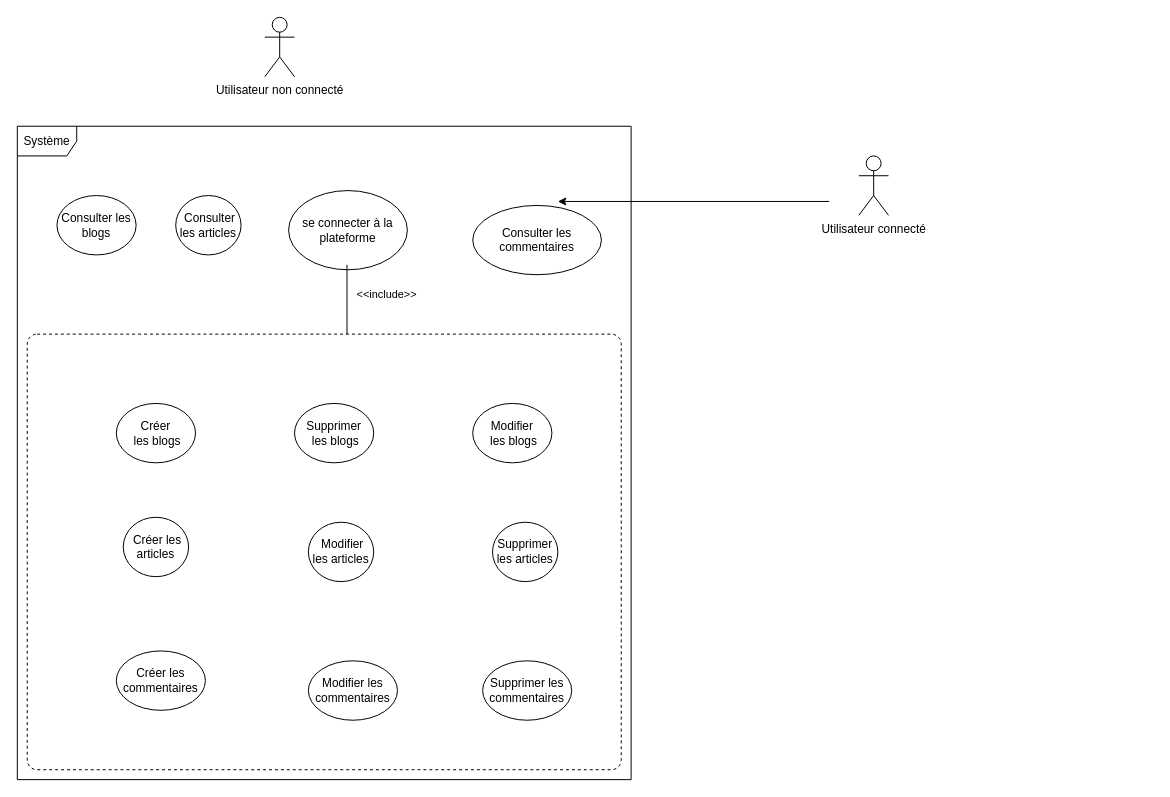
The draw.io diagram page "Page-3" (3 of 3) of Diagramme sans nom.drawio in Ali0908/BDD_UML, before the edit. Source tidied: cells renumbered, new cells numbered last; positions are measured from the earlier drawing's top-left corner, leaving out a move shared by most shapes. Both pictures are drawn from the tidied source at 99%, with x=0, y=0 at pixel (17, 17).
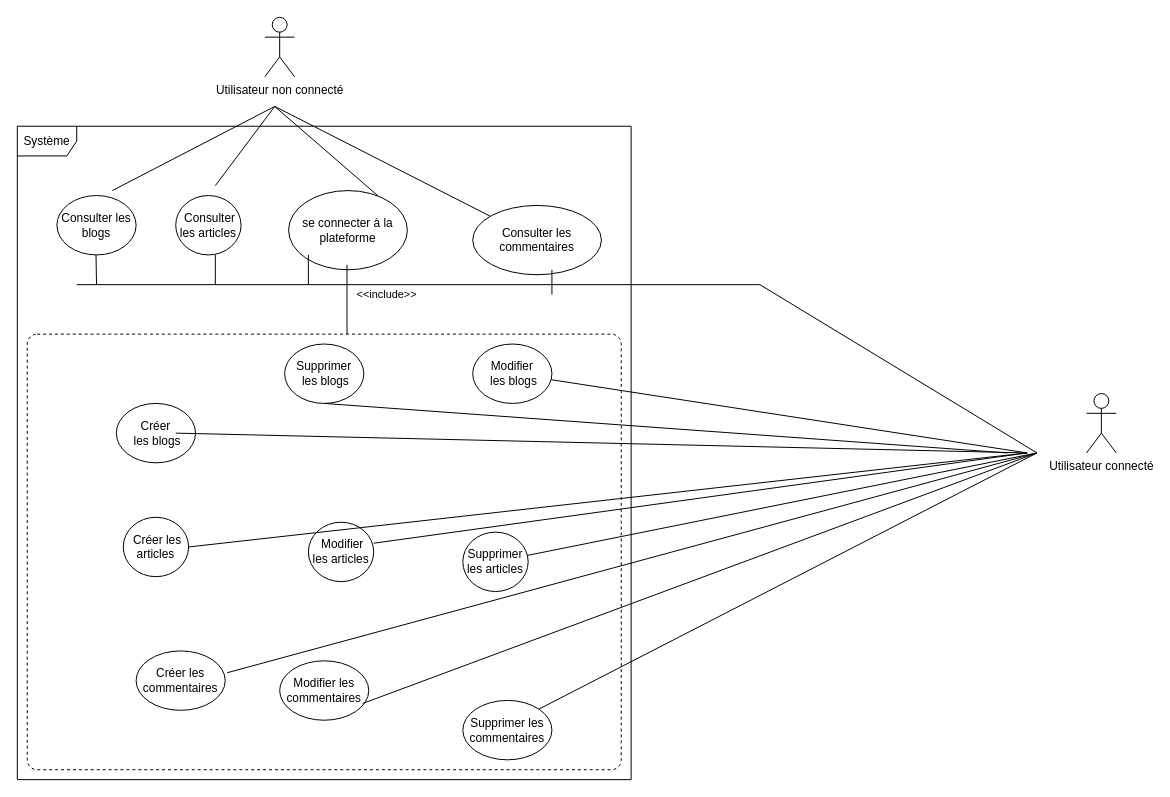
The same diagram, later.

Commit message:
Diagramme d'activité

The change refers to these unchanged cells:
```xml
<mxCell id="6" value="Consulter les commentaires" style="ellipse;whiteSpace=wrap;html=1;" parent="1" vertex="1">
  <mxGeometry x="460" y="190" width="130" height="70" as="geometry" />
</mxCell>
<mxCell id="10" value="se connecter à la plateforme" style="ellipse;whiteSpace=wrap;html=1;" parent="1" vertex="1">
  <mxGeometry x="274" y="175" width="120" height="80" as="geometry" />
</mxCell>
<mxCell id="13" value="&amp;nbsp;Créer les articles" style="ellipse;whiteSpace=wrap;html=1;" parent="1" vertex="1">
  <mxGeometry x="107" y="505" width="66" height="60" as="geometry" />
</mxCell>
```

Diff of the diagram source:
```diff
@@
     <mxCell id="8" value="Utilisateur connecté" style="shape=umlActor;verticalLabelPosition=bottom;verticalAlign=top;html=1;" parent="1" vertex="1">
-      <mxGeometry x="850" y="140" width="30" height="60" as="geometry" />
+      <mxGeometry x="1080" y="380" width="30" height="60" as="geometry" />
     </mxCell>
@@
     <mxCell id="11" value="&lt;div&gt;Modifier&lt;br&gt;&lt;/div&gt;&lt;div&gt;&amp;nbsp;les blogs&lt;/div&gt;" style="ellipse;whiteSpace=wrap;html=1;" parent="1" vertex="1">
-      <mxGeometry x="460" y="390" width="80" height="60" as="geometry" />
+      <mxGeometry x="460" y="330" width="80" height="60" as="geometry" />
     </mxCell>
     <mxCell id="12" value="&lt;div&gt;Supprimer&lt;br&gt;&lt;/div&gt;&lt;div&gt;&amp;nbsp;les blogs&lt;/div&gt;" style="ellipse;whiteSpace=wrap;html=1;" parent="1" vertex="1">
-      <mxGeometry x="280" y="390" width="80" height="60" as="geometry" />
+      <mxGeometry x="270" y="330" width="80" height="60" as="geometry" />
     </mxCell>
@@
     <mxCell id="15" value="Supprimer les articles" style="ellipse;whiteSpace=wrap;html=1;" parent="1" vertex="1">
-      <mxGeometry x="480" y="510" width="66" height="60" as="geometry" />
+      <mxGeometry x="450" y="520" width="66" height="60" as="geometry" />
     </mxCell>
     <mxCell id="16" value="Créer les commentaires" style="ellipse;whiteSpace=wrap;html=1;" parent="1" vertex="1">
-      <mxGeometry x="100" y="640" width="90" height="60" as="geometry" />
+      <mxGeometry x="120" y="640" width="90" height="60" as="geometry" />
     </mxCell>
     <mxCell id="17" value="Modifier les commentaires" style="ellipse;whiteSpace=wrap;html=1;" parent="1" vertex="1">
-      <mxGeometry x="294" y="650" width="90" height="60" as="geometry" />
+      <mxGeometry x="265" y="650" width="90" height="60" as="geometry" />
     </mxCell>
     <mxCell id="18" value="Supprimer les commentaires" style="ellipse;whiteSpace=wrap;html=1;" parent="1" vertex="1">
-      <mxGeometry x="470" y="650" width="90" height="60" as="geometry" />
+      <mxGeometry x="450" y="690" width="90" height="60" as="geometry" />
     </mxCell>
@@
-    <mxCell id="20" style="edgeStyle=orthogonalEdgeStyle;rounded=0;jettySize=auto;html=1;entryX=0.662;entryY=-0.057;entryDx=0;entryDy=0;entryPerimeter=0;" parent="1" edge="1" target="6">
-      <mxGeometry relative="1" as="geometry">
-        <mxPoint x="820" y="186" as="sourcePoint" />
-        <Array as="points">
-          <mxPoint x="740" y="186" />
-          <mxPoint x="740" y="186" />
-        </Array>
-      </mxGeometry>
-    </mxCell>
+    <mxCell id="21" style="endArrow=none;html=1;rounded=0;exitX=0.338;exitY=-0.067;exitDx=0;exitDy=0;exitPerimeter=0;" parent="1" edge="1">
+      <mxGeometry relative="1" as="geometry">
+        <mxPoint x="160" y="420" as="sourcePoint" />
+        <mxPoint x="1020" y="440" as="targetPoint" />
+      </mxGeometry>
+    </mxCell>
+    <mxCell id="22" style="endArrow=none;html=1;rounded=0;exitX=0.388;exitY=-0.083;exitDx=0;exitDy=0;exitPerimeter=0;" parent="1" edge="1">
+      <mxGeometry relative="1" as="geometry">
+        <mxPoint x="310" y="390" as="sourcePoint" />
+        <mxPoint x="1000" y="440" as="targetPoint" />
+      </mxGeometry>
+    </mxCell>
+    <mxCell id="23" style="endArrow=none;html=1;rounded=0;" parent="1" edge="1" source="11">
+      <mxGeometry relative="1" as="geometry">
+        <mxPoint x="1020" y="440" as="targetPoint" />
+      </mxGeometry>
+    </mxCell>
+    <mxCell id="24" style="endArrow=none;html=1;rounded=0;exitX=0.75;exitY=0.063;exitDx=0;exitDy=0;exitPerimeter=0;" parent="1" edge="1" source="10">
+      <mxGeometry relative="1" as="geometry">
+        <mxPoint x="260" y="90" as="targetPoint" />
+      </mxGeometry>
+    </mxCell>
+    <mxCell id="25" style="endArrow=none;html=1;rounded=0;exitX=1;exitY=0.5;exitDx=0;exitDy=0;" parent="1" edge="1" source="13">
+      <mxGeometry relative="1" as="geometry">
+        <mxPoint x="1020" y="440" as="targetPoint" />
+      </mxGeometry>
+    </mxCell>
+    <mxCell id="26" style="endArrow=none;html=1;rounded=0;exitX=1;exitY=1;exitDx=0;exitDy=0;" parent="1" edge="1">
+      <mxGeometry relative="1" as="geometry">
+        <mxPoint x="360" y="531.2" as="sourcePoint" />
+        <mxPoint x="1020" y="440" as="targetPoint" />
+      </mxGeometry>
+    </mxCell>
+    <mxCell id="27" style="endArrow=none;html=1;rounded=0;" parent="1" edge="1" source="15">
+      <mxGeometry relative="1" as="geometry">
+        <mxPoint x="1030" y="440" as="targetPoint" />
+      </mxGeometry>
+    </mxCell>
+    <mxCell id="28" style="endArrow=none;html=1;rounded=0;exitX=1.022;exitY=0.367;exitDx=0;exitDy=0;exitPerimeter=0;" parent="1" edge="1" source="16">
+      <mxGeometry relative="1" as="geometry">
+        <mxPoint x="1030" y="440" as="targetPoint" />
+      </mxGeometry>
+    </mxCell>
+    <mxCell id="29" style="endArrow=none;html=1;rounded=0;exitX=0.933;exitY=0.717;exitDx=0;exitDy=0;exitPerimeter=0;" parent="1" edge="1" source="17">
+      <mxGeometry relative="1" as="geometry">
+        <mxPoint x="1030" y="440" as="targetPoint" />
+      </mxGeometry>
+    </mxCell>
+    <mxCell id="30" style="endArrow=none;html=1;rounded=0;exitX=1;exitY=0;exitDx=0;exitDy=0;" parent="1" edge="1" source="18">
+      <mxGeometry relative="1" as="geometry">
+        <mxPoint x="1030" y="440" as="targetPoint" />
+      </mxGeometry>
+    </mxCell>
+    <mxCell id="31" style="endArrow=none;html=1;rounded=0;" parent="1" edge="1" source="6">
+      <mxGeometry relative="1" as="geometry">
+        <mxPoint x="260" y="90" as="targetPoint" />
+      </mxGeometry>
+    </mxCell>
+    <mxCell id="32" style="endArrow=none;html=1;rounded=0;" parent="1" edge="1">
+      <mxGeometry relative="1" as="geometry">
+        <mxPoint x="200" y="170" as="sourcePoint" />
+        <mxPoint x="260" y="90" as="targetPoint" />
+      </mxGeometry>
+    </mxCell>
+    <mxCell id="33" style="endArrow=none;html=1;rounded=0;" parent="1" edge="1">
+      <mxGeometry relative="1" as="geometry">
+        <mxPoint x="96" y="175" as="sourcePoint" />
+        <mxPoint x="260" y="90" as="targetPoint" />
+      </mxGeometry>
+    </mxCell>
+    <mxCell id="34" style="endArrow=none;html=1;rounded=0;" parent="1" edge="1">
+      <mxGeometry relative="1" as="geometry">
+        <mxPoint x="80" y="270" as="sourcePoint" />
+        <mxPoint x="79.5" y="240" as="targetPoint" />
+      </mxGeometry>
+    </mxCell>
+    <mxCell id="35" style="endArrow=none;html=1;rounded=0;" parent="1" edge="1">
+      <mxGeometry relative="1" as="geometry">
+        <mxPoint x="200" y="270" as="sourcePoint" />
+        <mxPoint x="200" y="240" as="targetPoint" />
+      </mxGeometry>
+    </mxCell>
+    <mxCell id="36" style="endArrow=none;html=1;rounded=0;" parent="1" edge="1">
+      <mxGeometry relative="1" as="geometry">
+        <mxPoint x="294" y="240" as="sourcePoint" />
+        <mxPoint x="294" y="270" as="targetPoint" />
+      </mxGeometry>
+    </mxCell>
+    <mxCell id="37" style="endArrow=none;html=1;rounded=0;" parent="1" edge="1">
+      <mxGeometry relative="1" as="geometry">
+        <mxPoint x="540" y="280" as="sourcePoint" />
+        <mxPoint x="540" y="255" as="targetPoint" />
+      </mxGeometry>
+    </mxCell>
+    <mxCell id="38" style="endArrow=none;html=1;rounded=0;" parent="1" edge="1">
+      <mxGeometry relative="1" as="geometry">
+        <mxPoint x="60" y="270" as="sourcePoint" />
+        <mxPoint x="750" y="270" as="targetPoint" />
+      </mxGeometry>
+    </mxCell>
+    <mxCell id="39" style="endArrow=none;html=1;rounded=0;" parent="1" edge="1">
+      <mxGeometry relative="1" as="geometry">
+        <mxPoint x="750" y="270" as="sourcePoint" />
+        <mxPoint x="1030" y="440" as="targetPoint" />
+      </mxGeometry>
+    </mxCell>
```
